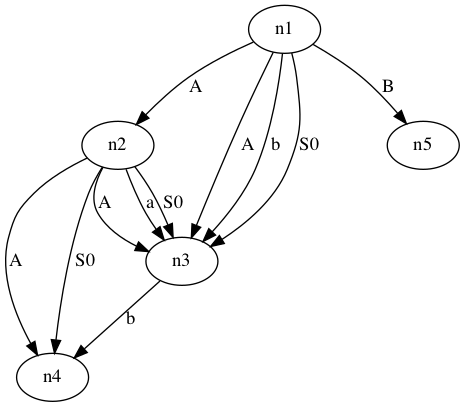
This is generated_file/test.gv.png from TalbenXu/CFG_Solver, a Graphviz export, as it was before one commit. Its source is kept beside it as generated_file/test.gv.
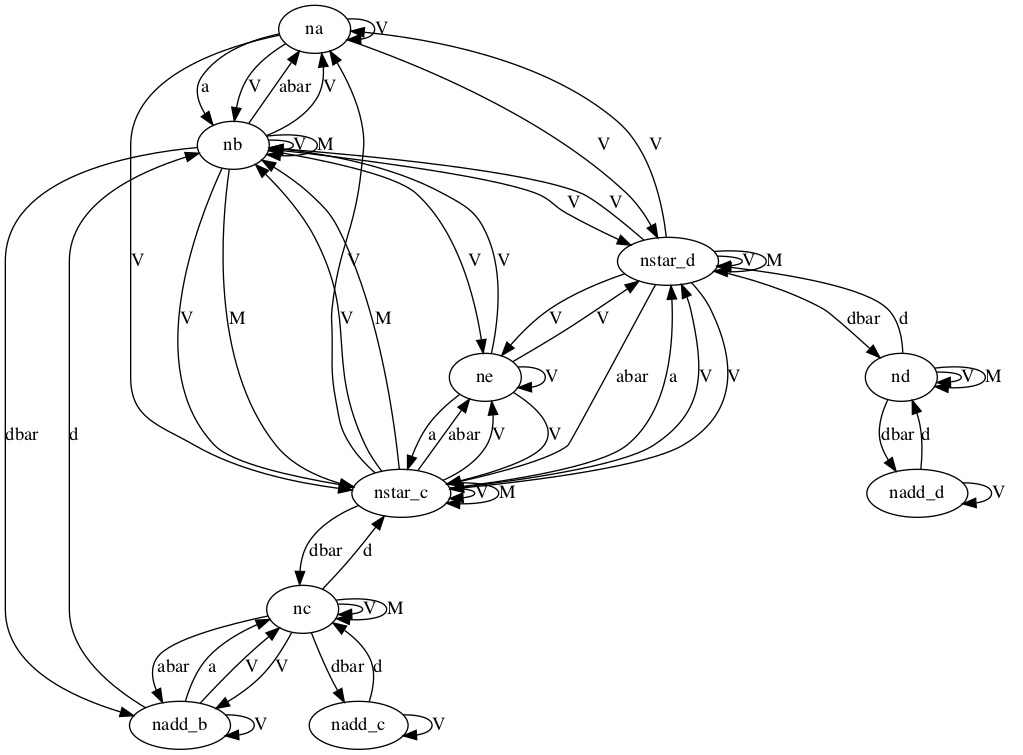
After the change.

Diff of the diagram source:
```diff
@@ -1,18 +1,67 @@
 digraph CFG{
-	n1;
-	n2;
-	n3;
-	n4;
-	n5;
-	n1->n2[label="A"]
-	n2->n4[label="A"]
-	n2->n3[label="A"]
-	n1->n3[label="A"]
-	n2->n3[label="a"]
-	n1->n3[label="b"]
-	n3->n4[label="b"]
-	n1->n5[label="B"]
-	n2->n4[label="S0"]
-	n2->n3[label="S0"]
-	n1->n3[label="S0"]
+	na;
+	nb;
+	nadd_b;
+	nc;
+	nadd_c;
+	nstar_c;
+	ne;
+	nstar_d;
+	nd;
+	nadd_d;
+	na->nb[label="a"]
+	nadd_b->nc[label="a"]
+	ne->nstar_c[label="a"]
+	nstar_c->nstar_d[label="a"]
+	nb->na[label="abar"]
+	nc->nadd_b[label="abar"]
+	nstar_c->ne[label="abar"]
+	nstar_d->nstar_c[label="abar"]
+	nadd_b->nb[label="d"]
+	nadd_c->nc[label="d"]
+	nc->nstar_c[label="d"]
+	nd->nstar_d[label="d"]
+	nadd_d->nd[label="d"]
+	nb->nadd_b[label="dbar"]
+	nc->nadd_c[label="dbar"]
+	nstar_c->nc[label="dbar"]
+	nstar_d->nd[label="dbar"]
+	nd->nadd_d[label="dbar"]
+	nadd_d->nadd_d[label="V"]
+	nd->nd[label="V"]
+	nstar_c->nstar_d[label="V"]
+	nstar_d->nstar_d[label="V"]
+	ne->ne[label="V"]
+	ne->nstar_c[label="V"]
+	ne->nstar_d[label="V"]
+	nstar_d->ne[label="V"]
+	nstar_d->nstar_c[label="V"]
+	nstar_c->ne[label="V"]
+	nstar_c->nstar_c[label="V"]
+	nadd_c->nadd_c[label="V"]
+	nadd_b->nc[label="V"]
+	na->nstar_c[label="V"]
+	na->nstar_d[label="V"]
+	nb->ne[label="V"]
+	nb->nstar_c[label="V"]
+	nb->nstar_d[label="V"]
+	nc->nc[label="V"]
+	nadd_b->nadd_b[label="V"]
+	nc->nadd_b[label="V"]
+	ne->nb[label="V"]
+	nstar_c->nb[label="V"]
+	nstar_d->nb[label="V"]
+	nb->nb[label="V"]
+	na->nb[label="V"]
+	na->na[label="V"]
+	nstar_c->na[label="V"]
+	nstar_d->na[label="V"]
+	nb->na[label="V"]
+	nd->nd[label="M"]
+	nstar_d->nstar_d[label="M"]
+	nc->nc[label="M"]
+	nb->nstar_c[label="M"]
+	nstar_c->nstar_c[label="M"]
+	nstar_c->nb[label="M"]
+	nb->nb[label="M"]
 }
```
